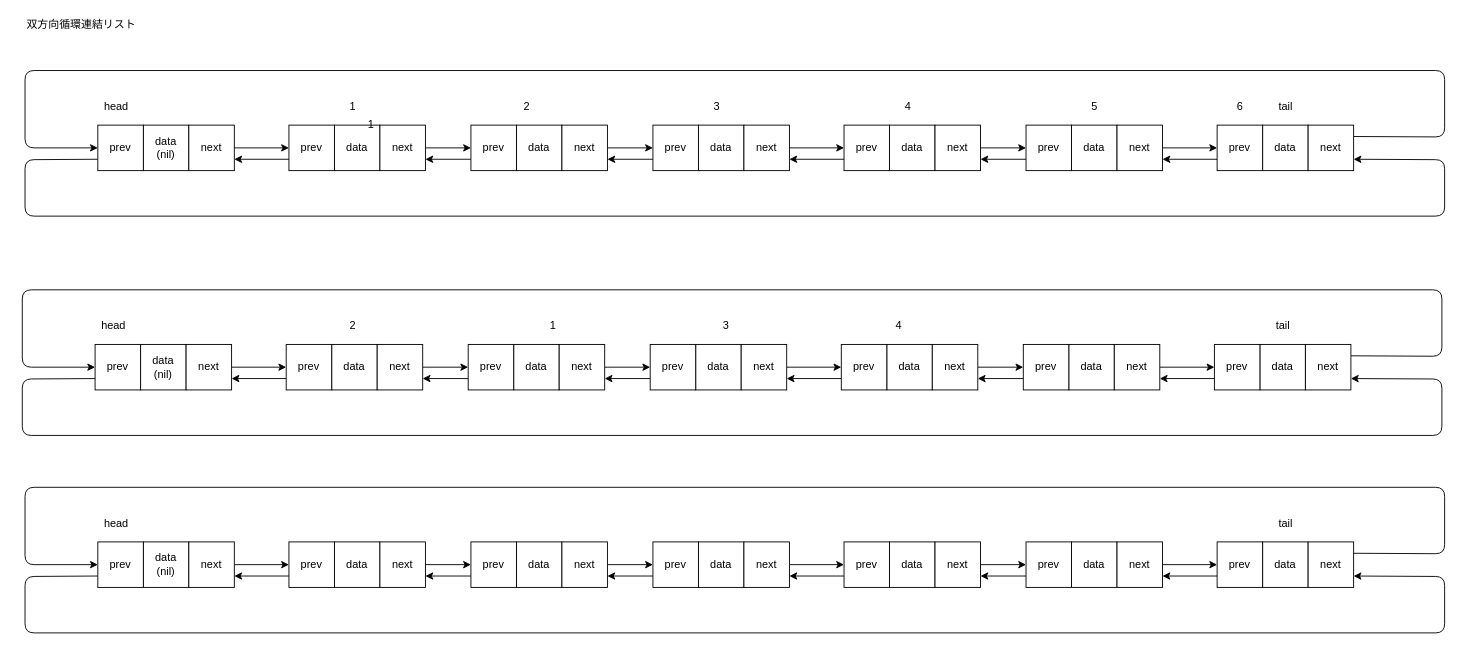
Yoshifumi-Kitagawa-2/42_pushswap keeps this draw.io diagram as pushswap.drawio. Above is the earlier version. Source tidied: cells renumbered, new cells numbered last; positions are measured from the earlier drawing's top-left corner, leaving out a move shared by most shapes. Both pictures are drawn from the tidied source at 91%, with x=0, y=0 at pixel (22, 15).
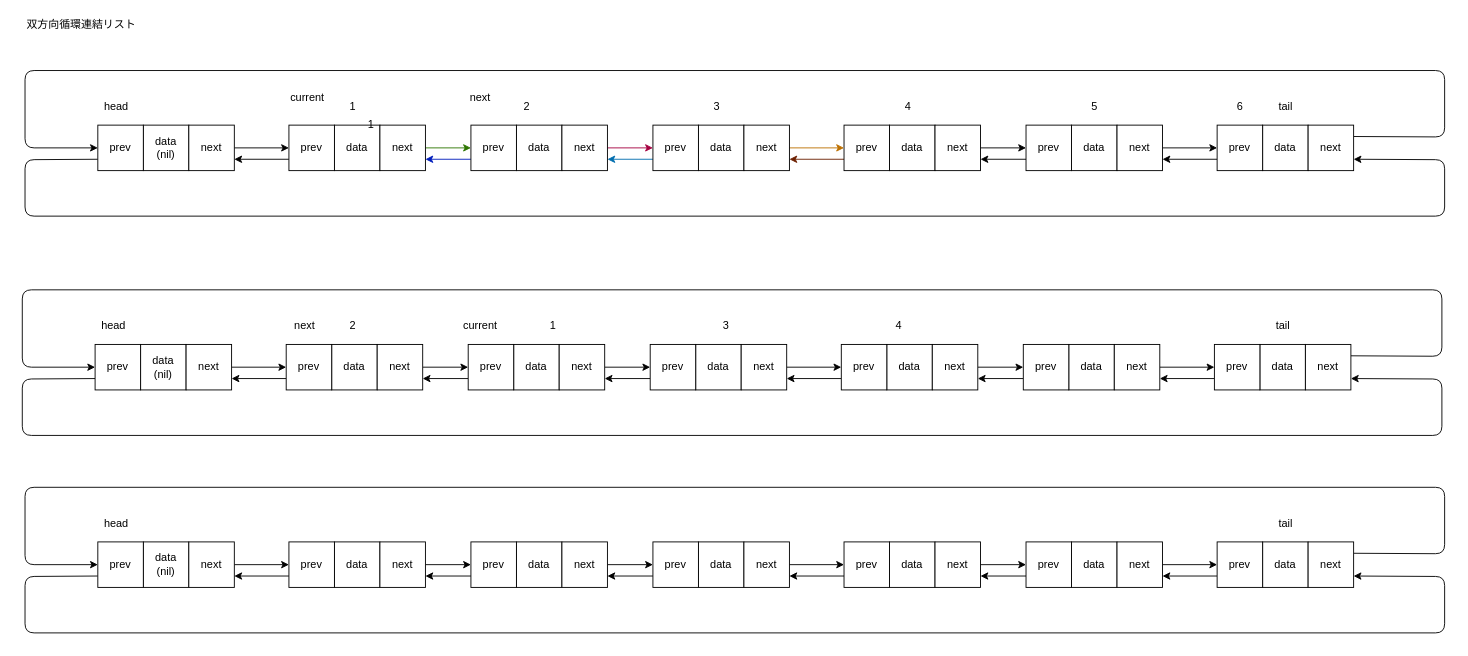
The same diagram, later.

Unchanged cells that the change refers to:
```xml
<mxCell id="10" value="next" style="rounded=0;whiteSpace=wrap;html=1;" parent="1" vertex="1">
  <mxGeometry x="393" y="120" width="50" height="50" as="geometry" />
</mxCell>
<mxCell id="15" value="next" style="rounded=0;whiteSpace=wrap;html=1;" parent="1" vertex="1">
  <mxGeometry x="593" y="120" width="50" height="50" as="geometry" />
</mxCell>
<mxCell id="17" value="prev" style="rounded=0;whiteSpace=wrap;html=1;" parent="1" vertex="1">
  <mxGeometry x="493" y="120" width="50" height="50" as="geometry" />
</mxCell>
<mxCell id="20" value="next" style="rounded=0;whiteSpace=wrap;html=1;" parent="1" vertex="1">
  <mxGeometry x="793" y="120" width="50" height="50" as="geometry" />
</mxCell>
<mxCell id="22" value="prev" style="rounded=0;whiteSpace=wrap;html=1;" parent="1" vertex="1">
  <mxGeometry x="693" y="120" width="50" height="50" as="geometry" />
</mxCell>
<mxCell id="27" value="prev" style="rounded=0;whiteSpace=wrap;html=1;" parent="1" vertex="1">
  <mxGeometry x="903" y="120" width="50" height="50" as="geometry" />
</mxCell>
```

Diff of the diagram source:
```diff
@@
-    <mxCell id="9" style="edgeStyle=none;html=1;exitX=1;exitY=0.5;exitDx=0;exitDy=0;" parent="1" edge="1" source="10">
+    <mxCell id="9" style="edgeStyle=none;html=1;exitX=1;exitY=0.5;exitDx=0;exitDy=0;fillColor=#60a917;strokeColor=#2D7600;" parent="1" edge="1" source="10">
       <mxGeometry relative="1" as="geometry">
         <mxPoint x="493" y="145" as="targetPoint" />
       </mxGeometry>
     </mxCell>
@@
-    <mxCell id="14" style="edgeStyle=none;html=1;entryX=0;entryY=0.5;entryDx=0;entryDy=0;" parent="1" edge="1" source="15" target="22">
+    <mxCell id="14" style="edgeStyle=none;html=1;entryX=0;entryY=0.5;entryDx=0;entryDy=0;fillColor=#d80073;strokeColor=#A50040;" parent="1" edge="1" source="15" target="22">
       <mxGeometry relative="1" as="geometry" />
     </mxCell>
@@
-    <mxCell id="16" style="edgeStyle=none;html=1;exitX=0;exitY=0.75;exitDx=0;exitDy=0;entryX=1;entryY=0.75;entryDx=0;entryDy=0;" parent="1" edge="1" source="17" target="10">
+    <mxCell id="16" style="edgeStyle=none;html=1;exitX=0;exitY=0.75;exitDx=0;exitDy=0;entryX=1;entryY=0.75;entryDx=0;entryDy=0;fillColor=#0050ef;strokeColor=#001DBC;" parent="1" edge="1" source="17" target="10">
       <mxGeometry relative="1" as="geometry" />
     </mxCell>
@@
-    <mxCell id="19" style="edgeStyle=none;html=1;" parent="1" edge="1" source="20" target="27">
+    <mxCell id="19" style="edgeStyle=none;html=1;fillColor=#f0a30a;strokeColor=#BD7000;" parent="1" edge="1" source="20" target="27">
       <mxGeometry relative="1" as="geometry" />
     </mxCell>
@@
-    <mxCell id="21" style="edgeStyle=none;html=1;exitX=0;exitY=0.75;exitDx=0;exitDy=0;entryX=1;entryY=0.75;entryDx=0;entryDy=0;" parent="1" edge="1" source="22" target="15">
+    <mxCell id="21" style="edgeStyle=none;html=1;exitX=0;exitY=0.75;exitDx=0;exitDy=0;entryX=1;entryY=0.75;entryDx=0;entryDy=0;fillColor=#1ba1e2;strokeColor=#006EAF;" parent="1" edge="1" source="22" target="15">
       <mxGeometry relative="1" as="geometry" />
     </mxCell>
@@
-    <mxCell id="26" style="edgeStyle=none;html=1;exitX=0;exitY=0.75;exitDx=0;exitDy=0;entryX=1;entryY=0.75;entryDx=0;entryDy=0;" parent="1" edge="1" source="27" target="20">
+    <mxCell id="26" style="edgeStyle=none;html=1;exitX=0;exitY=0.75;exitDx=0;exitDy=0;entryX=1;entryY=0.75;entryDx=0;entryDy=0;fillColor=#a0522d;strokeColor=#6D1F00;" parent="1" edge="1" source="27" target="20">
       <mxGeometry relative="1" as="geometry" />
     </mxCell>
@@
+    <mxCell id="125" value="current" style="text;html=1;align=center;verticalAlign=middle;strokeColor=none;fillColor=none;" parent="1" vertex="1">
+      <mxGeometry x="288" y="80" width="50" height="20" as="geometry" />
+    </mxCell>
+    <mxCell id="126" value="next" style="text;html=1;align=center;verticalAlign=middle;strokeColor=none;fillColor=none;" parent="1" vertex="1">
+      <mxGeometry x="483" y="80" width="40" height="20" as="geometry" />
+    </mxCell>
+    <mxCell id="127" value="next" style="text;html=1;align=center;verticalAlign=middle;strokeColor=none;fillColor=none;" parent="1" vertex="1">
+      <mxGeometry x="290" y="331" width="40" height="20" as="geometry" />
+    </mxCell>
+    <mxCell id="128" value="current" style="text;html=1;align=center;verticalAlign=middle;strokeColor=none;fillColor=none;" parent="1" vertex="1">
+      <mxGeometry x="478" y="330" width="50" height="20" as="geometry" />
+    </mxCell>
```
